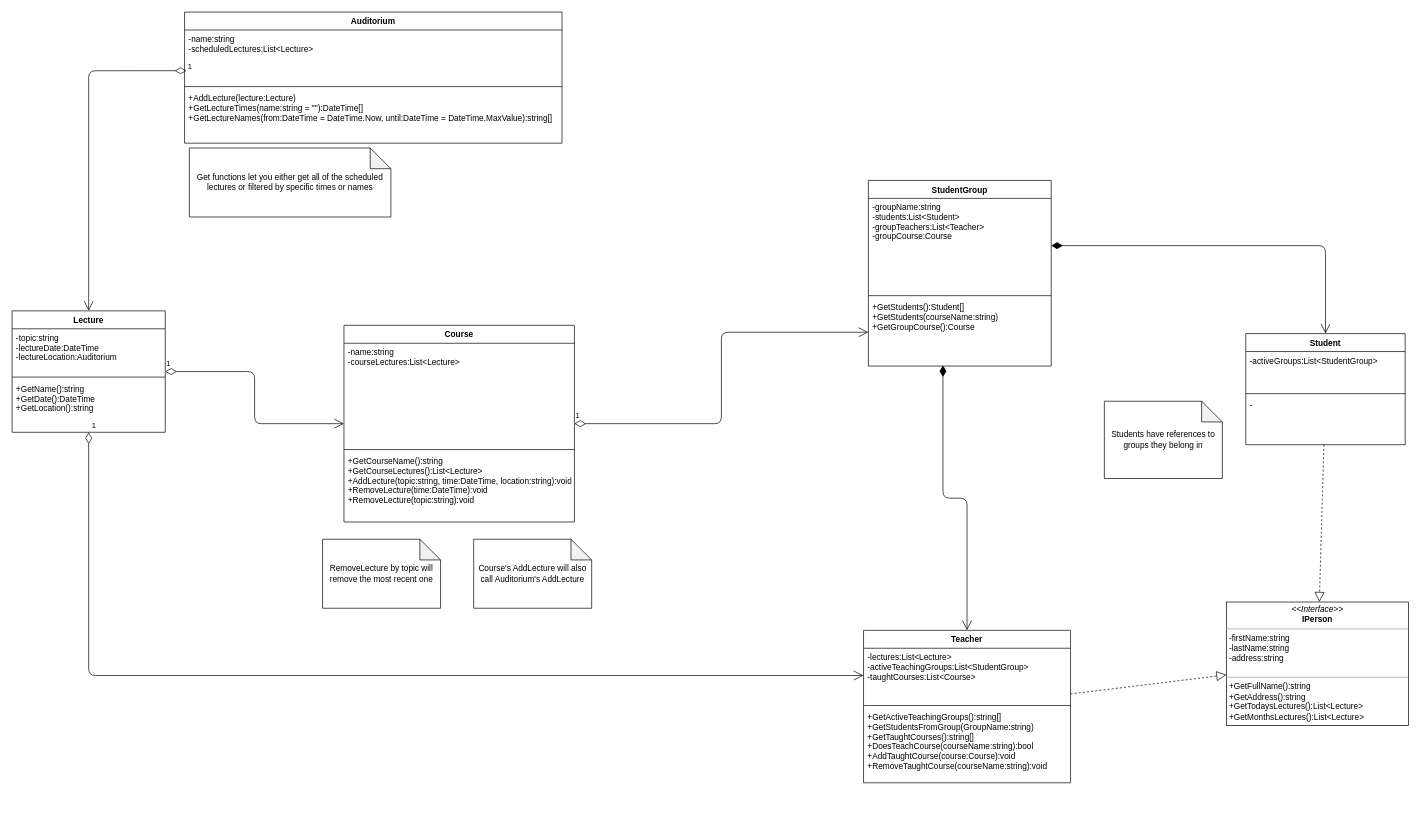
Above: University.drawio in igor2080/University (draw.io), before the change. Source tidied: cells renumbered, new cells numbered last; positions are measured from the earlier drawing's top-left corner, leaving out a move shared by most shapes. Both pictures are drawn from the tidied source at 69%, with x=0, y=0 at pixel (12, 12).
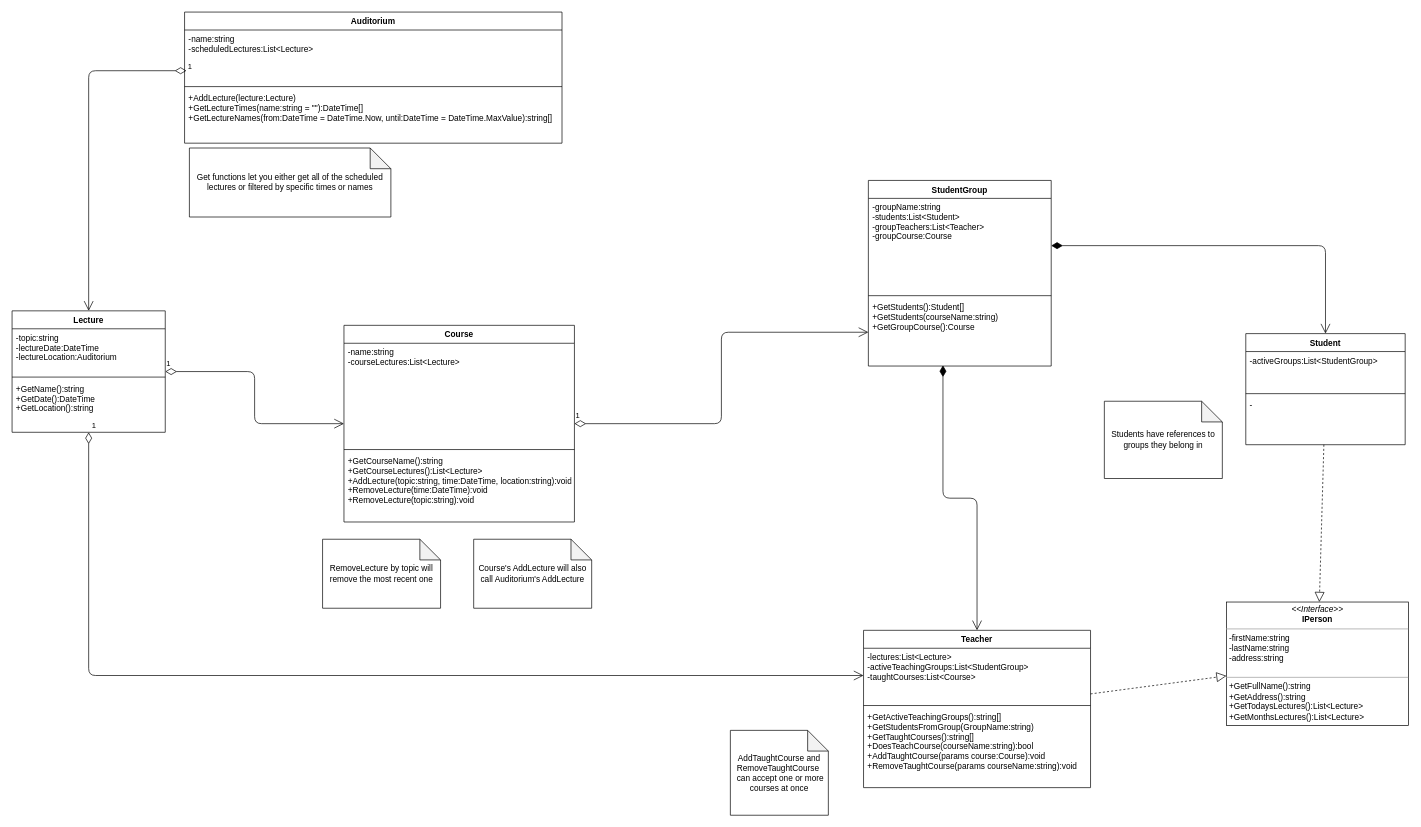
The same diagram, later.

Commit message:
clarified use of add/remove taught courses

What changed in the source:
```diff
@@
     <mxCell id="23" value="Teacher" style="swimlane;fontStyle=1;align=center;verticalAlign=top;horizontal=1;startSize=26;" parent="1" vertex="1">
-      <mxGeometry x="1234" y="896" width="300" height="221" as="geometry" />
+      <mxGeometry x="1234" y="896" width="329" height="228" as="geometry" />
     </mxCell>
     <mxCell id="24" value="-lectures:List&lt;Lecture&gt;&#10;-activeTeachingGroups:List&lt;StudentGroup&gt;&#10;-taughtCourses:List&lt;Course&gt;" style="text;strokeColor=none;fillColor=none;align=left;verticalAlign=top;spacingLeft=4;spacingRight=4;overflow=hidden;points=[[0,0.5],[1,0.5]];portConstraint=eastwest;" parent="23" vertex="1">
-      <mxGeometry y="26" width="300" height="79" as="geometry" />
+      <mxGeometry y="26" width="329" height="79" as="geometry" />
     </mxCell>
     <mxCell id="25" style="line;strokeWidth=1;fillColor=none;align=left;verticalAlign=middle;spacingTop=-1;spacingLeft=3;spacingRight=3;labelPosition=right;" parent="23" vertex="1">
-      <mxGeometry y="105" width="300" height="8" as="geometry" />
+      <mxGeometry y="105" width="329" height="8" as="geometry" />
     </mxCell>
-    <mxCell id="26" value="+GetActiveTeachingGroups():string[]&#10;+GetStudentsFromGroup(GroupName:string)&#10;+GetTaughtCourses():string[]&#10;+DoesTeachCourse(courseName:string):bool&#10;+AddTaughtCourse(course:Course):void&#10;+RemoveTaughtCourse(courseName:string):void&#10;" style="text;strokeColor=none;fillColor=none;align=left;verticalAlign=top;spacingLeft=4;spacingRight=4;overflow=hidden;" parent="23" vertex="1">
-      <mxGeometry y="113" width="300" height="108" as="geometry" />
+    <mxCell id="26" value="+GetActiveTeachingGroups():string[]&#10;+GetStudentsFromGroup(GroupName:string)&#10;+GetTaughtCourses():string[]&#10;+DoesTeachCourse(courseName:string):bool&#10;+AddTaughtCourse(params course:Course):void&#10;+RemoveTaughtCourse(params courseName:string):void&#10;" style="text;strokeColor=none;fillColor=none;align=left;verticalAlign=top;spacingLeft=4;spacingRight=4;overflow=hidden;" parent="23" vertex="1">
+      <mxGeometry y="113" width="329" height="115" as="geometry" />
     </mxCell>
@@
+    <mxCell id="39" value="AddTaughtCourse and RemoveTaughtCourse&amp;nbsp;&lt;br&gt;&amp;nbsp;can accept one or more courses at once" style="shape=note;whiteSpace=wrap;html=1;backgroundOutline=1;darkOpacity=0.05;" parent="1" vertex="1">
+      <mxGeometry x="1041" y="1041" width="142" height="123" as="geometry" />
+    </mxCell>
```
